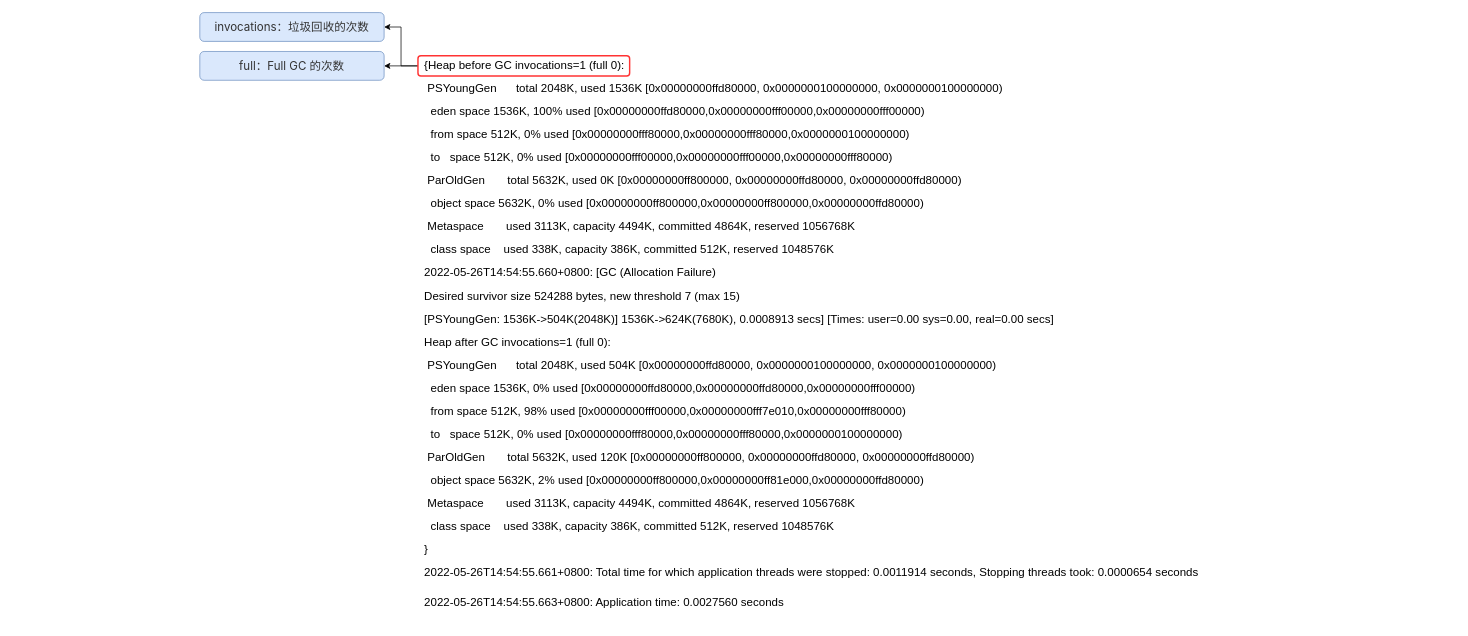
Earlier version of the draw.io diagram GC 日志/GC 日志.drawio (zero-97/picture-of-the-article). Source tidied: cells renumbered, new cells numbered last; positions are measured from the earlier drawing's top-left corner, leaving out a move shared by most shapes. Both pictures are drawn from the tidied source at 72%, with x=0, y=0 at pixel (199, 12).
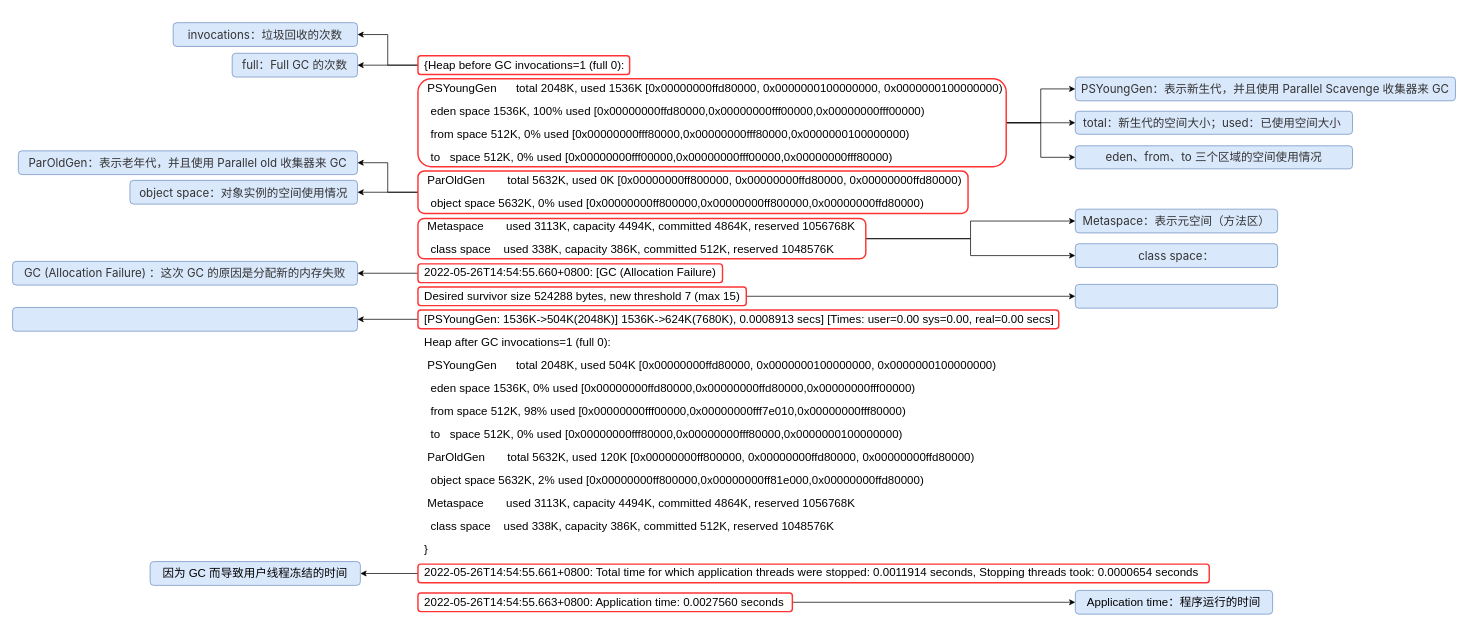
The same diagram, later.

Change to the diagram source:
```diff
@@
-    <mxCell id="4" style="edgeStyle=orthogonalEdgeStyle;rounded=0;jettySize=auto;html=1;fontSize=16;" parent="1" edge="1" source="5" target="7">
+    <mxCell id="4" style="edgeStyle=orthogonalEdgeStyle;rounded=0;jettySize=auto;html=1;fontSize=16;entryX=1;entryY=0.5;entryDx=0;entryDy=0;" parent="1" edge="1" source="5" target="7">
       <mxGeometry relative="1" as="geometry" />
     </mxCell>
     <mxCell id="5" style="rounded=1;whiteSpace=wrap;html=1;fontSize=16;fillColor=none;strokeWidth=2;strokeColor=#FF3333;" parent="1" vertex="1">
-      <mxGeometry x="303" y="60" width="294" height="28" as="geometry" />
+      <mxGeometry x="303" y="60" width="294" height="26" as="geometry" />
     </mxCell>
     <mxCell id="6" value="&lt;div style=&quot;text-align: start;&quot;&gt;&lt;span style=&quot;background-color: initial;&quot;&gt;&lt;font face=&quot;-apple-system, system-ui, Segoe UI, Roboto, Ubuntu, Cantarell, Noto Sans, sans-serif, BlinkMacSystemFont, Helvetica Neue, PingFang SC, Hiragino Sans GB, Microsoft YaHei, Arial&quot; color=&quot;#333333&quot;&gt;invocations：垃圾回收的次数&lt;/font&gt;&lt;/span&gt;&lt;/div&gt;" style="rounded=1;whiteSpace=wrap;html=1;fontSize=16;strokeColor=#6c8ebf;strokeWidth=1;fillColor=#dae8fc;" parent="1" vertex="1">
-      <mxGeometry width="256" height="40" as="geometry" />
+      <mxGeometry x="-37" y="14" width="256" height="33" as="geometry" />
     </mxCell>
     <mxCell id="7" value="&lt;div style=&quot;text-align: start;&quot;&gt;&lt;span style=&quot;background-color: initial;&quot;&gt;&lt;font face=&quot;-apple-system, system-ui, Segoe UI, Roboto, Ubuntu, Cantarell, Noto Sans, sans-serif, BlinkMacSystemFont, Helvetica Neue, PingFang SC, Hiragino Sans GB, Microsoft YaHei, Arial&quot; color=&quot;#333333&quot;&gt;full：Full GC 的次数&lt;/font&gt;&lt;/span&gt;&lt;/div&gt;" style="rounded=1;whiteSpace=wrap;html=1;fontSize=16;strokeColor=#6c8ebf;strokeWidth=1;fillColor=#dae8fc;" parent="1" vertex="1">
-      <mxGeometry y="54" width="256" height="40" as="geometry" />
+      <mxGeometry x="45" y="56.5" width="174" height="33" as="geometry" />
     </mxCell>
+    <mxCell id="8" style="edgeStyle=orthogonalEdgeStyle;rounded=0;jettySize=auto;html=1;fontSize=16;" parent="1" edge="1" source="11" target="28">
+      <mxGeometry relative="1" as="geometry" />
+    </mxCell>
+    <mxCell id="9" style="edgeStyle=orthogonalEdgeStyle;rounded=0;jettySize=auto;html=1;fontSize=16;" parent="1" edge="1" source="11" target="27">
+      <mxGeometry relative="1" as="geometry" />
+    </mxCell>
+    <mxCell id="10" style="edgeStyle=orthogonalEdgeStyle;rounded=0;jettySize=auto;html=1;fontSize=16;" parent="1" edge="1" source="11" target="29">
+      <mxGeometry relative="1" as="geometry" />
+    </mxCell>
+    <mxCell id="11" style="rounded=1;whiteSpace=wrap;html=1;fontSize=16;fillColor=none;strokeWidth=2;strokeColor=#FF3333;" parent="1" vertex="1">
+      <mxGeometry x="303" y="92" width="817" height="122" as="geometry" />
+    </mxCell>
+    <mxCell id="12" style="edgeStyle=orthogonalEdgeStyle;rounded=0;jettySize=auto;html=1;fontSize=16;" parent="1" edge="1" source="14" target="24">
+      <mxGeometry relative="1" as="geometry" />
+    </mxCell>
+    <mxCell id="13" style="edgeStyle=orthogonalEdgeStyle;rounded=0;jettySize=auto;html=1;fontSize=16;" parent="1" edge="1" source="14" target="25">
+      <mxGeometry relative="1" as="geometry" />
+    </mxCell>
+    <mxCell id="14" style="rounded=1;whiteSpace=wrap;html=1;fontSize=16;fillColor=none;strokeWidth=2;strokeColor=#FF3333;" parent="1" vertex="1">
+      <mxGeometry x="303" y="220" width="764" height="59" as="geometry" />
+    </mxCell>
+    <mxCell id="15" style="edgeStyle=orthogonalEdgeStyle;rounded=0;jettySize=auto;html=1;fontSize=16;" parent="1" edge="1" source="17" target="30">
+      <mxGeometry relative="1" as="geometry" />
+    </mxCell>
+    <mxCell id="16" style="edgeStyle=orthogonalEdgeStyle;rounded=0;jettySize=auto;html=1;fontSize=16;" parent="1" edge="1" source="17" target="31">
+      <mxGeometry relative="1" as="geometry" />
+    </mxCell>
+    <mxCell id="17" style="rounded=1;whiteSpace=wrap;html=1;fontSize=16;fillColor=none;strokeWidth=2;strokeColor=#FF3333;" parent="1" vertex="1">
+      <mxGeometry x="303" y="286" width="622" height="56" as="geometry" />
+    </mxCell>
+    <mxCell id="18" style="edgeStyle=orthogonalEdgeStyle;rounded=0;jettySize=auto;html=1;entryX=1;entryY=0.5;entryDx=0;entryDy=0;fontSize=16;" parent="1" edge="1" source="19" target="26">
+      <mxGeometry relative="1" as="geometry" />
+    </mxCell>
+    <mxCell id="19" style="rounded=1;whiteSpace=wrap;html=1;fontSize=16;fillColor=none;strokeWidth=2;strokeColor=#FF3333;" parent="1" vertex="1">
+      <mxGeometry x="303" y="349" width="423" height="26" as="geometry" />
+    </mxCell>
+    <mxCell id="20" style="edgeStyle=orthogonalEdgeStyle;rounded=0;jettySize=auto;html=1;fontSize=16;" parent="1" edge="1" source="21" target="32">
+      <mxGeometry relative="1" as="geometry" />
+    </mxCell>
+    <mxCell id="21" style="rounded=1;whiteSpace=wrap;html=1;fontSize=16;fillColor=none;strokeWidth=2;strokeColor=#FF3333;" parent="1" vertex="1">
+      <mxGeometry x="303" y="381" width="456" height="26" as="geometry" />
+    </mxCell>
+    <mxCell id="22" style="edgeStyle=orthogonalEdgeStyle;rounded=0;jettySize=auto;html=1;fontSize=16;" parent="1" edge="1" source="23" target="33">
+      <mxGeometry relative="1" as="geometry" />
+    </mxCell>
+    <mxCell id="23" style="rounded=1;whiteSpace=wrap;html=1;fontSize=16;fillColor=none;strokeWidth=2;strokeColor=#FF3333;" parent="1" vertex="1">
+      <mxGeometry x="303" y="413" width="890" height="26" as="geometry" />
+    </mxCell>
+    <mxCell id="24" value="&lt;div style=&quot;text-align: start;&quot;&gt;&lt;span style=&quot;background-color: initial;&quot;&gt;&lt;font face=&quot;-apple-system, system-ui, Segoe UI, Roboto, Ubuntu, Cantarell, Noto Sans, sans-serif, BlinkMacSystemFont, Helvetica Neue, PingFang SC, Hiragino Sans GB, Microsoft YaHei, Arial&quot; color=&quot;#333333&quot;&gt;ParOldGen&lt;/font&gt;&lt;/span&gt;&lt;font style=&quot;background-color: initial;&quot; face=&quot;-apple-system, system-ui, Segoe UI, Roboto, Ubuntu, Cantarell, Noto Sans, sans-serif, BlinkMacSystemFont, Helvetica Neue, PingFang SC, Hiragino Sans GB, Microsoft YaHei, Arial&quot; color=&quot;#333333&quot;&gt;：表示老年代，&lt;/font&gt;&lt;span style=&quot;background-color: initial;&quot;&gt;&lt;font face=&quot;-apple-system, system-ui, Segoe UI, Roboto, Ubuntu, Cantarell, Noto Sans, sans-serif, BlinkMacSystemFont, Helvetica Neue, PingFang SC, Hiragino Sans GB, Microsoft YaHei, Arial&quot; color=&quot;#333333&quot;&gt;并且使用 Parallel old&amp;nbsp;收集器来 GC&lt;/font&gt;&lt;/span&gt;&lt;/div&gt;" style="rounded=1;whiteSpace=wrap;html=1;fontSize=16;strokeColor=#6c8ebf;strokeWidth=1;fillColor=#dae8fc;" parent="1" vertex="1">
+      <mxGeometry x="-252" y="192" width="471" height="33" as="geometry" />
+    </mxCell>
+    <mxCell id="25" value="&lt;div style=&quot;text-align: start;&quot;&gt;&lt;font face=&quot;-apple-system, system-ui, Segoe UI, Roboto, Ubuntu, Cantarell, Noto Sans, sans-serif, BlinkMacSystemFont, Helvetica Neue, PingFang SC, Hiragino Sans GB, Microsoft YaHei, Arial&quot; color=&quot;#333333&quot;&gt;object space：对象实例的空间使用情况&lt;/font&gt;&lt;br&gt;&lt;/div&gt;" style="rounded=1;whiteSpace=wrap;html=1;fontSize=16;strokeColor=#6c8ebf;strokeWidth=1;fillColor=#dae8fc;" parent="1" vertex="1">
+      <mxGeometry x="-97" y="233" width="316" height="33" as="geometry" />
+    </mxCell>
+    <mxCell id="26" value="&lt;div style=&quot;text-align: start;&quot;&gt;&lt;span style=&quot;background-color: initial;&quot;&gt;&lt;font face=&quot;-apple-system, system-ui, Segoe UI, Roboto, Ubuntu, Cantarell, Noto Sans, sans-serif, BlinkMacSystemFont, Helvetica Neue, PingFang SC, Hiragino Sans GB, Microsoft YaHei, Arial&quot; color=&quot;#333333&quot;&gt;GC (Allocation Failure) ：&lt;/font&gt;&lt;/span&gt;&lt;span style=&quot;color: rgb(51, 51, 51); font-family: -apple-system, system-ui, &amp;quot;Segoe UI&amp;quot;, Roboto, Ubuntu, Cantarell, &amp;quot;Noto Sans&amp;quot;, sans-serif, BlinkMacSystemFont, &amp;quot;Helvetica Neue&amp;quot;, &amp;quot;PingFang SC&amp;quot;, &amp;quot;Hiragino Sans GB&amp;quot;, &amp;quot;Microsoft YaHei&amp;quot;, Arial; background-color: initial;&quot;&gt;这次 GC 的原因是分配新的内存失败&lt;/span&gt;&lt;/div&gt;" style="rounded=1;whiteSpace=wrap;html=1;fontSize=16;strokeColor=#6c8ebf;strokeWidth=1;fillColor=#dae8fc;" parent="1" vertex="1">
+      <mxGeometry x="-260" y="345.5" width="479" height="33" as="geometry" />
+    </mxCell>
+    <mxCell id="27" value="&lt;div style=&quot;text-align: start;&quot;&gt;&lt;font face=&quot;-apple-system, system-ui, Segoe UI, Roboto, Ubuntu, Cantarell, Noto Sans, sans-serif, BlinkMacSystemFont, Helvetica Neue, PingFang SC, Hiragino Sans GB, Microsoft YaHei, Arial&quot; color=&quot;#333333&quot;&gt;PSYoungGen：表示新生代，&lt;/font&gt;&lt;span style=&quot;color: rgb(51, 51, 51); font-family: -apple-system, system-ui, &amp;quot;Segoe UI&amp;quot;, Roboto, Ubuntu, Cantarell, &amp;quot;Noto Sans&amp;quot;, sans-serif, BlinkMacSystemFont, &amp;quot;Helvetica Neue&amp;quot;, &amp;quot;PingFang SC&amp;quot;, &amp;quot;Hiragino Sans GB&amp;quot;, &amp;quot;Microsoft YaHei&amp;quot;, Arial; background-color: initial;&quot;&gt;并且使用 Parallel Scavenge 收集器来 GC&lt;/span&gt;&lt;/div&gt;" style="rounded=1;whiteSpace=wrap;html=1;fontSize=16;strokeColor=#6c8ebf;strokeWidth=1;fillColor=#dae8fc;" parent="1" vertex="1">
+      <mxGeometry x="1216" y="89.5" width="528" height="33" as="geometry" />
+    </mxCell>
+    <mxCell id="28" value="&lt;div style=&quot;text-align: start;&quot;&gt;&lt;font face=&quot;-apple-system, system-ui, Segoe UI, Roboto, Ubuntu, Cantarell, Noto Sans, sans-serif, BlinkMacSystemFont, Helvetica Neue, PingFang SC, Hiragino Sans GB, Microsoft YaHei, Arial&quot; color=&quot;#333333&quot;&gt;total：新生代的空间大小；&lt;/font&gt;&lt;span style=&quot;color: rgb(51, 51, 51); font-family: -apple-system, system-ui, &amp;quot;Segoe UI&amp;quot;, Roboto, Ubuntu, Cantarell, &amp;quot;Noto Sans&amp;quot;, sans-serif, BlinkMacSystemFont, &amp;quot;Helvetica Neue&amp;quot;, &amp;quot;PingFang SC&amp;quot;, &amp;quot;Hiragino Sans GB&amp;quot;, &amp;quot;Microsoft YaHei&amp;quot;, Arial; background-color: initial;&quot;&gt;used：已使用空间大小&amp;nbsp;&lt;/span&gt;&lt;/div&gt;" style="rounded=1;whiteSpace=wrap;html=1;fontSize=16;strokeColor=#6c8ebf;strokeWidth=1;fillColor=#dae8fc;" parent="1" vertex="1">
+      <mxGeometry x="1216" y="137" width="385" height="32" as="geometry" />
+    </mxCell>
+    <mxCell id="29" value="&lt;div style=&quot;text-align: start;&quot;&gt;&lt;font face=&quot;-apple-system, system-ui, Segoe UI, Roboto, Ubuntu, Cantarell, Noto Sans, sans-serif, BlinkMacSystemFont, Helvetica Neue, PingFang SC, Hiragino Sans GB, Microsoft YaHei, Arial&quot; color=&quot;#333333&quot;&gt;eden、from、to 三个区域的空间使用情况&lt;/font&gt;&lt;/div&gt;" style="rounded=1;whiteSpace=wrap;html=1;fontSize=16;strokeColor=#6c8ebf;strokeWidth=1;fillColor=#dae8fc;" parent="1" vertex="1">
+      <mxGeometry x="1216" y="185" width="385" height="32" as="geometry" />
+    </mxCell>
+    <mxCell id="30" value="&lt;div style=&quot;text-align: start;&quot;&gt;&lt;font face=&quot;-apple-system, system-ui, Segoe UI, Roboto, Ubuntu, Cantarell, Noto Sans, sans-serif, BlinkMacSystemFont, Helvetica Neue, PingFang SC, Hiragino Sans GB, Microsoft YaHei, Arial&quot; color=&quot;#333333&quot;&gt;Metaspace：表示元空间（方法区）&lt;/font&gt;&lt;br&gt;&lt;/div&gt;" style="rounded=1;whiteSpace=wrap;html=1;fontSize=16;strokeColor=#6c8ebf;strokeWidth=1;fillColor=#dae8fc;" parent="1" vertex="1">
+      <mxGeometry x="1216" y="273" width="281" height="33" as="geometry" />
+    </mxCell>
+    <mxCell id="31" value="&lt;div style=&quot;text-align: start;&quot;&gt;&lt;font face=&quot;-apple-system, system-ui, Segoe UI, Roboto, Ubuntu, Cantarell, Noto Sans, sans-serif, BlinkMacSystemFont, Helvetica Neue, PingFang SC, Hiragino Sans GB, Microsoft YaHei, Arial&quot; color=&quot;#333333&quot;&gt;class space：&lt;/font&gt;&lt;br&gt;&lt;/div&gt;" style="rounded=1;whiteSpace=wrap;html=1;fontSize=16;strokeColor=#6c8ebf;strokeWidth=1;fillColor=#dae8fc;" parent="1" vertex="1">
+      <mxGeometry x="1216" y="321" width="281" height="33" as="geometry" />
+    </mxCell>
+    <mxCell id="32" value="&lt;div style=&quot;text-align: start;&quot;&gt;&lt;br&gt;&lt;/div&gt;" style="rounded=1;whiteSpace=wrap;html=1;fontSize=16;strokeColor=#6c8ebf;strokeWidth=1;fillColor=#dae8fc;" parent="1" vertex="1">
+      <mxGeometry x="1216" y="377.5" width="281" height="33" as="geometry" />
+    </mxCell>
+    <mxCell id="33" value="&lt;div style=&quot;text-align: start;&quot;&gt;&lt;br&gt;&lt;/div&gt;" style="rounded=1;whiteSpace=wrap;html=1;fontSize=16;strokeColor=#6c8ebf;strokeWidth=1;fillColor=#dae8fc;" parent="1" vertex="1">
+      <mxGeometry x="-260" y="409.5" width="479" height="33" as="geometry" />
+    </mxCell>
+    <mxCell id="34" style="edgeStyle=orthogonalEdgeStyle;rounded=0;jettySize=auto;html=1;fontSize=16;" parent="1" edge="1" source="35" target="38">
+      <mxGeometry relative="1" as="geometry" />
+    </mxCell>
+    <mxCell id="35" style="rounded=1;whiteSpace=wrap;html=1;fontSize=16;fillColor=none;strokeWidth=2;strokeColor=#FF3333;" parent="1" vertex="1">
+      <mxGeometry x="303" y="806" width="520" height="26" as="geometry" />
+    </mxCell>
+    <mxCell id="36" style="edgeStyle=orthogonalEdgeStyle;rounded=0;jettySize=auto;html=1;fontSize=16;" parent="1" edge="1" source="37" target="39">
+      <mxGeometry relative="1" as="geometry" />
+    </mxCell>
+    <mxCell id="37" style="rounded=1;whiteSpace=wrap;html=1;fontSize=16;fillColor=none;strokeWidth=2;strokeColor=#FF3333;" parent="1" vertex="1">
+      <mxGeometry x="303" y="766" width="1099" height="26" as="geometry" />
+    </mxCell>
+    <mxCell id="38" value="&lt;div style=&quot;text-align: start;&quot;&gt;Application time：程序运行的时间&lt;br&gt;&lt;/div&gt;" style="rounded=1;whiteSpace=wrap;html=1;fontSize=16;strokeColor=#6c8ebf;strokeWidth=1;fillColor=#dae8fc;" parent="1" vertex="1">
+      <mxGeometry x="1216" y="802.5" width="274" height="33" as="geometry" />
+    </mxCell>
+    <mxCell id="39" value="&lt;div style=&quot;text-align: start;&quot;&gt;因为 GC 而导致用户线程冻结的时间&lt;br&gt;&lt;/div&gt;" style="rounded=1;whiteSpace=wrap;html=1;fontSize=16;strokeColor=#6c8ebf;strokeWidth=1;fillColor=#dae8fc;" parent="1" vertex="1">
+      <mxGeometry x="-69" y="762.5" width="292" height="33" as="geometry" />
+    </mxCell>
```
